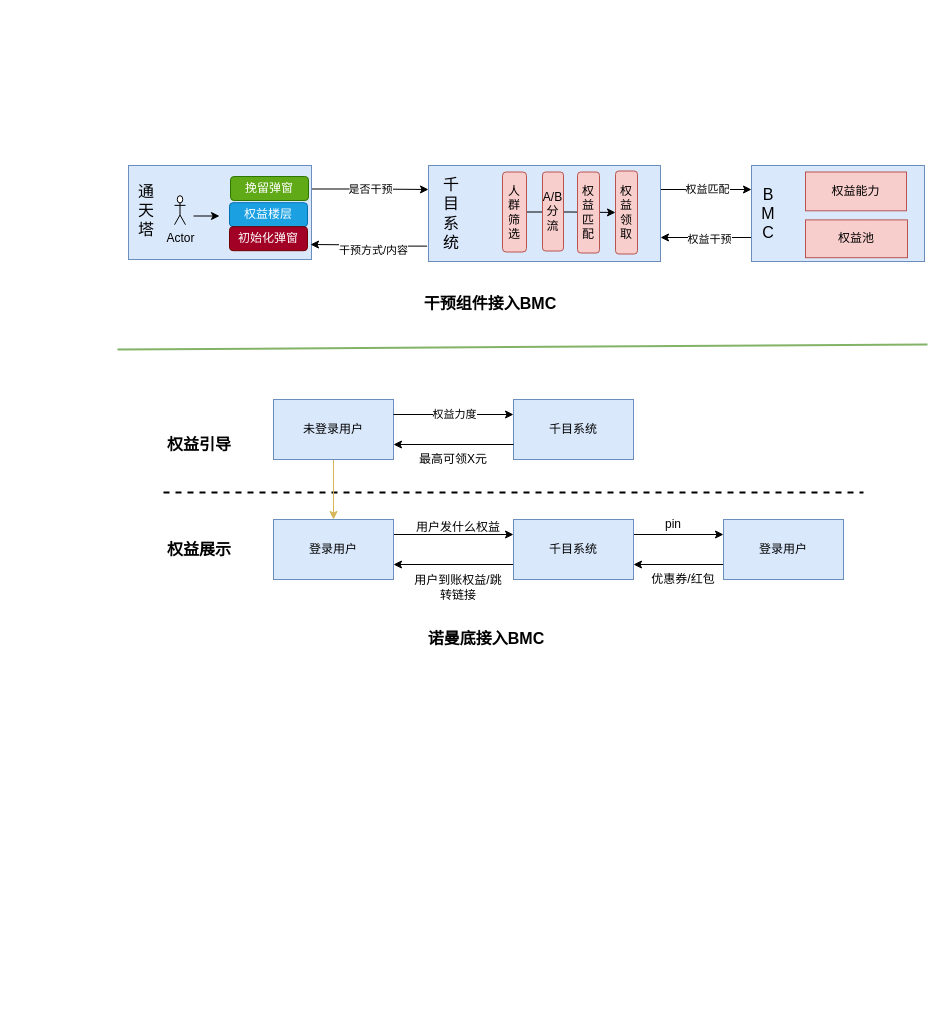
The draw.io diagram 诺曼底接BMC.drawio in BlankKelly/diagrams, before the edit. Source tidied: cells renumbered, new cells numbered last; positions are measured from the earlier drawing's top-left corner, leaving out a move shared by most shapes. Both pictures are drawn from the tidied source at 100%, with x=0, y=0 at pixel (117, 165).
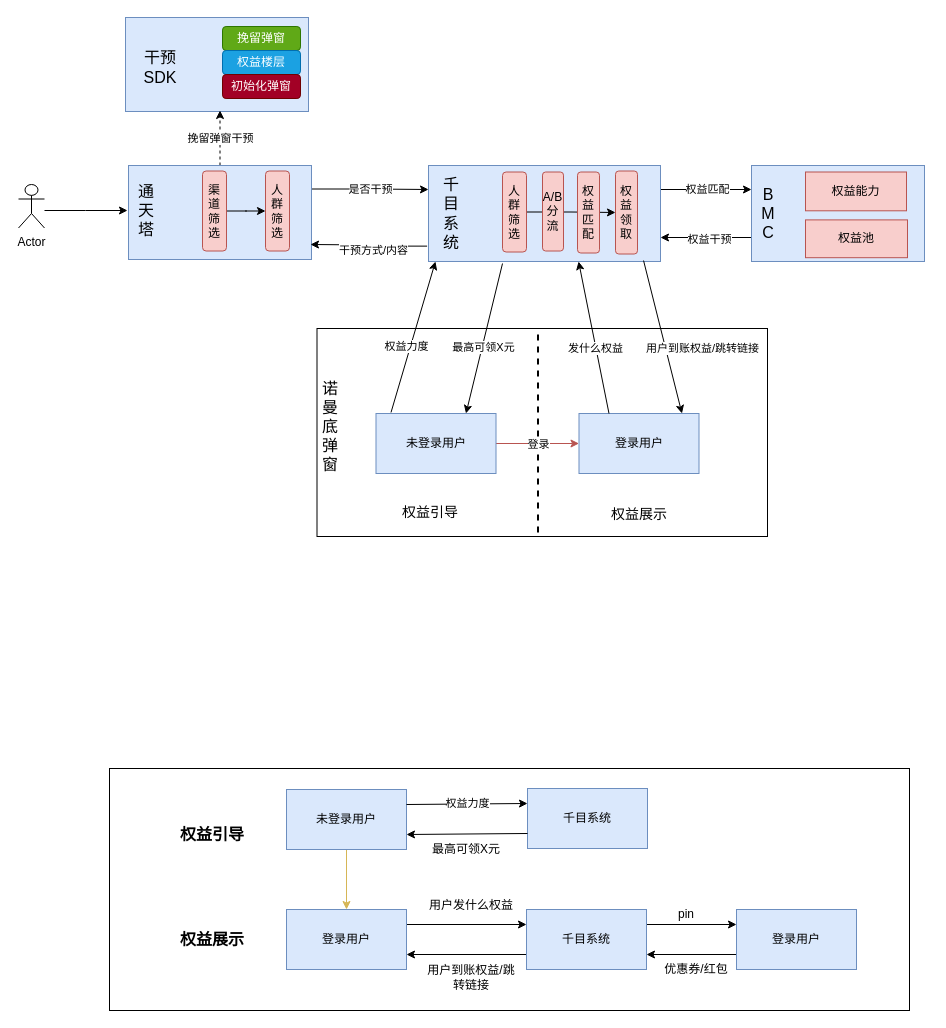
Above is the later version.

Commit message (it also covers changes not shown here):
更新诺曼底接BMC.drawio

The change refers to these unchanged cells:
```xml
<mxCell id="3" style="rounded=0;whiteSpace=wrap;html=1;fillColor=#dae8fc;strokeColor=#6c8ebf;" parent="1" vertex="1">
  <mxGeometry x="11" width="183" height="94" as="geometry" />
</mxCell>
<mxCell id="8" style="rounded=0;whiteSpace=wrap;html=1;fillColor=#dae8fc;strokeColor=#6c8ebf;" parent="1" vertex="1">
  <mxGeometry x="311" width="232" height="96" as="geometry" />
</mxCell>
```

Diff of the diagram source:
```diff
@@
+    <mxCell id="51" style="rounded=0;whiteSpace=wrap;html=1;" parent="1" vertex="1">
+      <mxGeometry x="199.5" y="163" width="450.5" height="208" as="geometry" />
+    </mxCell>
+    <mxCell id="52" style="rounded=0;whiteSpace=wrap;html=1;" parent="1" vertex="1">
+      <mxGeometry x="-8" y="603" width="800" height="242" as="geometry" />
+    </mxCell>
+    <mxCell id="53" style="rounded=0;whiteSpace=wrap;html=1;fillColor=#dae8fc;strokeColor=#6c8ebf;" parent="1" vertex="1">
+      <mxGeometry x="8" y="-148" width="183" height="94" as="geometry" />
+    </mxCell>
@@
+    <mxCell id="54" value="挽留弹窗干预" style="edgeStyle=orthogonalEdgeStyle;rounded=0;jettySize=auto;html=1;dashed=1;" parent="1" edge="1" source="3">
+      <mxGeometry relative="1" as="geometry">
+        <mxPoint x="102.5" y="-55" as="targetPoint" />
+      </mxGeometry>
+    </mxCell>
@@
     <mxCell id="9" value="权益引导" style="text;html=1;strokeColor=none;fillColor=none;align=center;verticalAlign=middle;whiteSpace=wrap;rounded=0;fontSize=16;fontStyle=1;" parent="1" vertex="1">
-      <mxGeometry x="46" y="264" width="72" height="30" as="geometry" />
+      <mxGeometry x="59" y="654" width="72" height="30" as="geometry" />
     </mxCell>
     <mxCell id="10" style="endArrow=none;dashed=1;html=1;rounded=0;strokeWidth=2;" parent="1" edge="1">
       <mxGeometry relative="1" as="geometry">
-        <mxPoint x="46" y="327" as="sourcePoint" />
-        <mxPoint x="746" y="327" as="targetPoint" />
+        <mxPoint x="420.5" y="367" as="sourcePoint" />
+        <mxPoint x="420.5" y="163" as="targetPoint" />
       </mxGeometry>
     </mxCell>
     <mxCell id="11" value="权益展示" style="text;html=1;strokeColor=none;fillColor=none;align=center;verticalAlign=middle;whiteSpace=wrap;rounded=0;fontSize=16;fontStyle=1;" parent="1" vertex="1">
-      <mxGeometry x="41" y="369" width="82" height="30" as="geometry" />
+      <mxGeometry x="54" y="759" width="82" height="30" as="geometry" />
     </mxCell>
@@
     <mxCell id="13" value="未登录用户" style="rounded=0;whiteSpace=wrap;html=1;fillColor=#dae8fc;strokeColor=#6c8ebf;" parent="1" vertex="1">
-      <mxGeometry x="156" y="234" width="120" height="60" as="geometry" />
+      <mxGeometry x="169" y="624" width="120" height="60" as="geometry" />
     </mxCell>
     <mxCell id="14" value="千目系统" style="rounded=0;whiteSpace=wrap;html=1;fillColor=#dae8fc;strokeColor=#6c8ebf;" parent="1" vertex="1">
-      <mxGeometry x="396" y="234" width="120" height="60" as="geometry" />
+      <mxGeometry x="410" y="623" width="120" height="60" as="geometry" />
     </mxCell>
@@
     <mxCell id="18" value="最高可领X元" style="text;html=1;strokeColor=none;fillColor=none;align=center;verticalAlign=middle;whiteSpace=wrap;rounded=0;" parent="1" vertex="1">
-      <mxGeometry x="296" y="284" width="80" height="20" as="geometry" />
+      <mxGeometry x="309" y="674" width="80" height="20" as="geometry" />
     </mxCell>
@@
     <mxCell id="20" value="登录用户" style="rounded=0;whiteSpace=wrap;html=1;fillColor=#dae8fc;strokeColor=#6c8ebf;" parent="1" vertex="1">
-      <mxGeometry x="156" y="354" width="120" height="60" as="geometry" />
+      <mxGeometry x="169" y="744" width="120" height="60" as="geometry" />
     </mxCell>
@@
     <mxCell id="23" value="千目系统" style="rounded=0;whiteSpace=wrap;html=1;fillColor=#dae8fc;strokeColor=#6c8ebf;" parent="1" vertex="1">
-      <mxGeometry x="396" y="354" width="120" height="60" as="geometry" />
+      <mxGeometry x="409" y="744" width="120" height="60" as="geometry" />
     </mxCell>
@@
     <mxCell id="25" value="登录用户" style="rounded=0;whiteSpace=wrap;html=1;fillColor=#dae8fc;strokeColor=#6c8ebf;" parent="1" vertex="1">
-      <mxGeometry x="606" y="354" width="120" height="60" as="geometry" />
+      <mxGeometry x="619" y="744" width="120" height="60" as="geometry" />
     </mxCell>
     <mxCell id="26" value="用户发什么权益" style="text;html=1;strokeColor=none;fillColor=none;align=center;verticalAlign=middle;whiteSpace=wrap;rounded=0;" parent="1" vertex="1">
-      <mxGeometry x="296" y="354" width="90" height="15" as="geometry" />
+      <mxGeometry x="309" y="732" width="90" height="15" as="geometry" />
     </mxCell>
     <mxCell id="27" value="pin" style="text;html=1;strokeColor=none;fillColor=none;align=center;verticalAlign=middle;whiteSpace=wrap;rounded=0;" parent="1" vertex="1">
-      <mxGeometry x="516" y="349" width="80" height="20" as="geometry" />
+      <mxGeometry x="529" y="739" width="80" height="20" as="geometry" />
     </mxCell>
     <mxCell id="28" value="优惠券/红包" style="text;html=1;strokeColor=none;fillColor=none;align=center;verticalAlign=middle;whiteSpace=wrap;rounded=0;" parent="1" vertex="1">
-      <mxGeometry x="526" y="404" width="80" height="20" as="geometry" />
+      <mxGeometry x="539" y="794" width="80" height="20" as="geometry" />
     </mxCell>
     <mxCell id="29" value="用户到账权益/跳转链接" style="text;html=1;strokeColor=none;fillColor=none;align=center;verticalAlign=middle;whiteSpace=wrap;rounded=0;" parent="1" vertex="1">
-      <mxGeometry x="296" y="404" width="90" height="35" as="geometry" />
+      <mxGeometry x="309" y="794" width="90" height="35" as="geometry" />
     </mxCell>
     <mxCell id="30" value="挽留弹窗" style="rounded=1;whiteSpace=wrap;html=1;fillColor=#60a917;fontColor=#ffffff;strokeColor=#2D7600;" parent="1" vertex="1">
-      <mxGeometry x="113" y="11" width="78" height="24" as="geometry" />
+      <mxGeometry x="105" y="-139" width="78" height="24" as="geometry" />
     </mxCell>
     <mxCell id="31" value="权益楼层" style="rounded=1;whiteSpace=wrap;html=1;fillColor=#1ba1e2;fontColor=#ffffff;strokeColor=#006EAF;" parent="1" vertex="1">
-      <mxGeometry x="112" y="37.2" width="78" height="24" as="geometry" />
+      <mxGeometry x="105" y="-115" width="78" height="24" as="geometry" />
     </mxCell>
     <mxCell id="32" value="初始化弹窗" style="rounded=1;whiteSpace=wrap;html=1;fillColor=#a20025;fontColor=#ffffff;strokeColor=#6F0000;" parent="1" vertex="1">
-      <mxGeometry x="112" y="61.2" width="78" height="24" as="geometry" />
+      <mxGeometry x="105" y="-91" width="78" height="24" as="geometry" />
     </mxCell>
@@
+    <mxCell id="55" style="edgeStyle=orthogonalEdgeStyle;rounded=0;jettySize=auto;html=1;" parent="1" edge="1" source="42">
+      <mxGeometry relative="1" as="geometry">
+        <mxPoint x="10" y="45" as="targetPoint" />
+        <Array as="points">
+          <mxPoint x="-32" y="45" />
+          <mxPoint x="-32" y="45" />
+        </Array>
+      </mxGeometry>
+    </mxCell>
     <mxCell id="42" value="Actor" style="shape=umlActor;verticalLabelPosition=bottom;verticalAlign=top;html=1;outlineConnect=0;" parent="1" vertex="1">
-      <mxGeometry x="57" y="30.2" width="11" height="29" as="geometry" />
+      <mxGeometry x="-99" y="19" width="26" height="43.5" as="geometry" />
     </mxCell>
-    <mxCell id="43" style="endArrow=classic;html=1;rounded=0;" parent="1" edge="1">
-      <mxGeometry relative="1" as="geometry">
-        <mxPoint x="76" y="50.5" as="sourcePoint" />
-        <mxPoint x="102" y="50.5" as="targetPoint" />
-      </mxGeometry>
-    </mxCell>
@@
-    <mxCell id="48" value="干预组件接入BMC" style="text;html=1;strokeColor=none;fillColor=none;align=center;verticalAlign=middle;whiteSpace=wrap;rounded=0;fontSize=16;fontStyle=1;" parent="1" vertex="1">
-      <mxGeometry x="298" y="127" width="150" height="21" as="geometry" />
-    </mxCell>
-    <mxCell id="49" value="诺曼底接入BMC" style="text;html=1;strokeColor=none;fillColor=none;align=center;verticalAlign=middle;whiteSpace=wrap;rounded=0;fontSize=16;fontStyle=1;" parent="1" vertex="1">
-      <mxGeometry x="294" y="462" width="150" height="21" as="geometry" />
+    <mxCell id="49" value="诺曼底弹窗" style="text;html=1;strokeColor=none;fillColor=none;align=center;verticalAlign=middle;whiteSpace=wrap;rounded=0;fontSize=16;fontStyle=0;" parent="1" vertex="1">
+      <mxGeometry x="198" y="208" width="30" height="105.5" as="geometry" />
     </mxCell>
-    <mxCell id="50" style="endArrow=none;html=1;rounded=0;fontStyle=1;strokeWidth=2;fillColor=#d5e8d4;strokeColor=#82b366;" parent="1" edge="1">
-      <mxGeometry relative="1" as="geometry">
-        <mxPoint y="184" as="sourcePoint" />
-        <mxPoint x="810" y="179" as="targetPoint" />
-      </mxGeometry>
-    </mxCell>
+    <mxCell id="56" value="干预SDK" style="text;html=1;strokeColor=none;fillColor=none;align=center;verticalAlign=middle;whiteSpace=wrap;rounded=0;fontSize=16;" parent="1" vertex="1">
+      <mxGeometry x="11" y="-141" width="64" height="85" as="geometry" />
+    </mxCell>
+    <mxCell id="57" style="edgeStyle=orthogonalEdgeStyle;rounded=0;jettySize=auto;html=1;exitX=1;exitY=0.5;exitDx=0;exitDy=0;" parent="1" edge="1" source="58" target="59">
+      <mxGeometry relative="1" as="geometry" />
+    </mxCell>
+    <mxCell id="58" value="渠道筛选" style="rounded=1;whiteSpace=wrap;html=1;fillColor=#f8cecc;strokeColor=#b85450;" parent="1" vertex="1">
+      <mxGeometry x="85" y="5.5" width="24" height="80" as="geometry" />
+    </mxCell>
+    <mxCell id="59" value="人群筛选" style="rounded=1;whiteSpace=wrap;html=1;fillColor=#f8cecc;strokeColor=#b85450;" parent="1" vertex="1">
+      <mxGeometry x="148" y="5.5" width="24" height="80" as="geometry" />
+    </mxCell>
+    <mxCell id="60" value="权益引导" style="text;html=1;strokeColor=none;fillColor=none;align=center;verticalAlign=middle;whiteSpace=wrap;rounded=0;fontSize=14;fontStyle=0;" parent="1" vertex="1">
+      <mxGeometry x="276.5" y="332" width="72" height="30" as="geometry" />
+    </mxCell>
+    <mxCell id="61" style="edgeStyle=orthogonalEdgeStyle;rounded=0;jettySize=auto;html=1;fillColor=#f8cecc;strokeColor=#b85450;" parent="1" edge="1" source="63" target="68">
+      <mxGeometry relative="1" as="geometry" />
+    </mxCell>
+    <mxCell id="62" value="登录" style="edgeLabel;html=1;align=center;verticalAlign=middle;" parent="61" vertex="1">
+      <mxGeometry x="0.18" y="2" relative="1" as="geometry">
+        <mxPoint x="-7" y="2" as="offset" />
+      </mxGeometry>
+    </mxCell>
+    <mxCell id="63" value="未登录用户" style="rounded=0;whiteSpace=wrap;html=1;fillColor=#dae8fc;strokeColor=#6c8ebf;" parent="1" vertex="1">
+      <mxGeometry x="258.5" y="248" width="120" height="60" as="geometry" />
+    </mxCell>
+    <mxCell id="64" style="endArrow=classic;html=1;rounded=0;entryX=0.03;entryY=1;entryDx=0;entryDy=0;exitX=0.125;exitY=-0.017;exitDx=0;exitDy=0;entryPerimeter=0;exitPerimeter=0;" parent="1" edge="1" source="63" target="8">
+      <mxGeometry relative="1" as="geometry" />
+    </mxCell>
+    <mxCell id="65" value="权益力度" style="edgeLabel;html=1;align=center;verticalAlign=middle;" parent="64" vertex="1">
+      <mxGeometry y="3" relative="1" as="geometry">
+        <mxPoint x="-4" y="10" as="offset" />
+      </mxGeometry>
+    </mxCell>
+    <mxCell id="66" style="endArrow=classic;html=1;rounded=0;exitX=0;exitY=0.75;exitDx=0;exitDy=0;entryX=0.75;entryY=0;entryDx=0;entryDy=0;" parent="1" edge="1" target="63">
+      <mxGeometry relative="1" as="geometry">
+        <mxPoint x="385" y="98" as="sourcePoint" />
+      </mxGeometry>
+    </mxCell>
+    <mxCell id="67" value="最高可领X元" style="edgeLabel;html=1;align=center;verticalAlign=middle;" parent="66" vertex="1">
+      <mxGeometry x="-0.2" y="1" relative="1" as="geometry">
+        <mxPoint x="-6" y="23" as="offset" />
+      </mxGeometry>
+    </mxCell>
+    <mxCell id="68" value="登录用户" style="rounded=0;whiteSpace=wrap;html=1;fillColor=#dae8fc;strokeColor=#6c8ebf;" parent="1" vertex="1">
+      <mxGeometry x="461.5" y="248" width="120" height="60" as="geometry" />
+    </mxCell>
+    <mxCell id="69" style="rounded=0;jettySize=auto;html=1;entryX=0.647;entryY=1;entryDx=0;entryDy=0;entryPerimeter=0;exitX=0.25;exitY=0;exitDx=0;exitDy=0;" parent="1" edge="1" source="68" target="8">
+      <mxGeometry relative="1" as="geometry" />
+    </mxCell>
+    <mxCell id="70" value="发什么权益" style="edgeLabel;html=1;align=center;verticalAlign=middle;" parent="69" vertex="1">
+      <mxGeometry x="-0.24" y="1" relative="1" as="geometry">
+        <mxPoint x="-1" y="-8" as="offset" />
+      </mxGeometry>
+    </mxCell>
+    <mxCell id="71" style="endArrow=classic;html=1;rounded=0;exitX=0.927;exitY=0.99;exitDx=0;exitDy=0;exitPerimeter=0;entryX=0.858;entryY=0;entryDx=0;entryDy=0;entryPerimeter=0;" parent="1" edge="1" source="8" target="68">
+      <mxGeometry relative="1" as="geometry" />
+    </mxCell>
+    <mxCell id="72" value="用户到账权益/跳转链接" style="edgeLabel;html=1;align=center;verticalAlign=middle;" parent="71" vertex="1">
+      <mxGeometry x="0.19" y="-2" relative="1" as="geometry">
+        <mxPoint x="37" y="-4" as="offset" />
+      </mxGeometry>
+    </mxCell>
+    <mxCell id="73" value="权益展示" style="text;html=1;strokeColor=none;fillColor=none;align=center;verticalAlign=middle;whiteSpace=wrap;rounded=0;fontSize=14;fontStyle=0;" parent="1" vertex="1">
+      <mxGeometry x="480.5" y="334" width="82" height="30" as="geometry" />
+    </mxCell>
```
